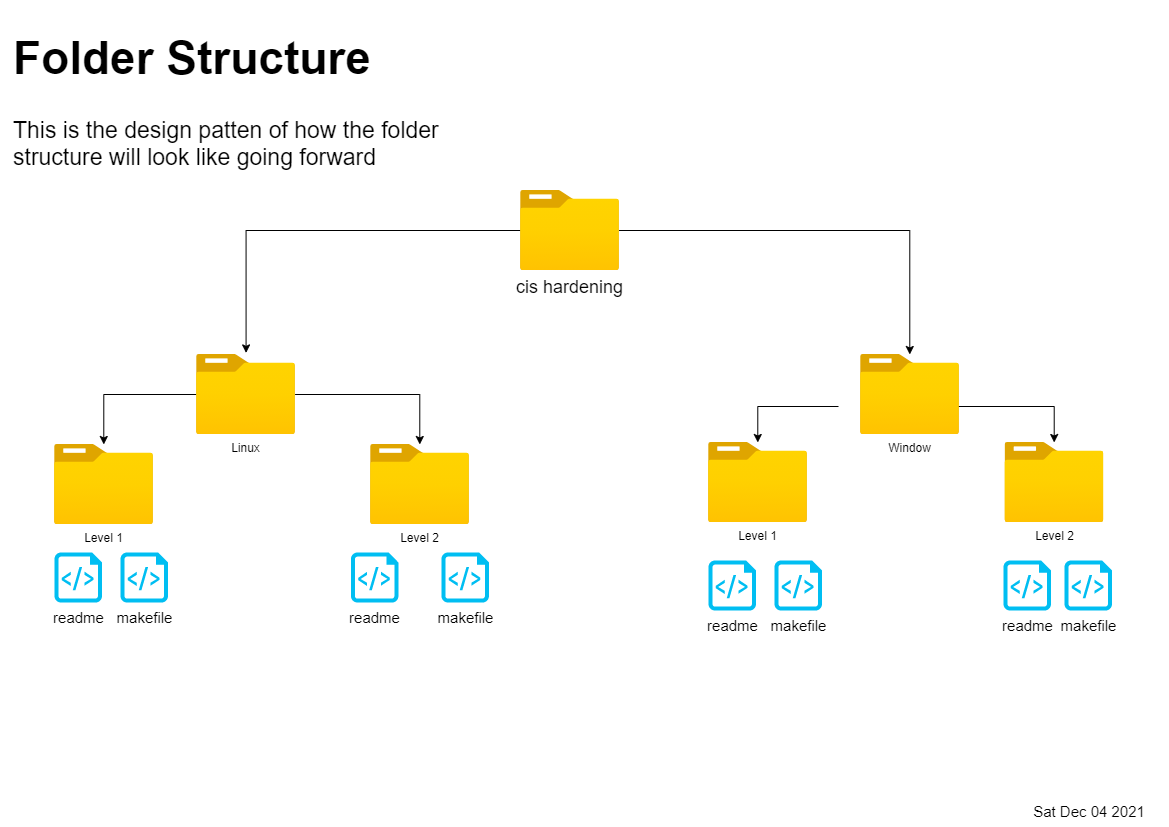
The draw.io diagram cis hardening/.assets/Folder Structure.drawio.png in djdta/Service-Registry, before a commit. Source tidied: cells renumbered, new cells last; positions are measured from the earlier drawing's top-left corner, leaving out a move shared by most shapes.
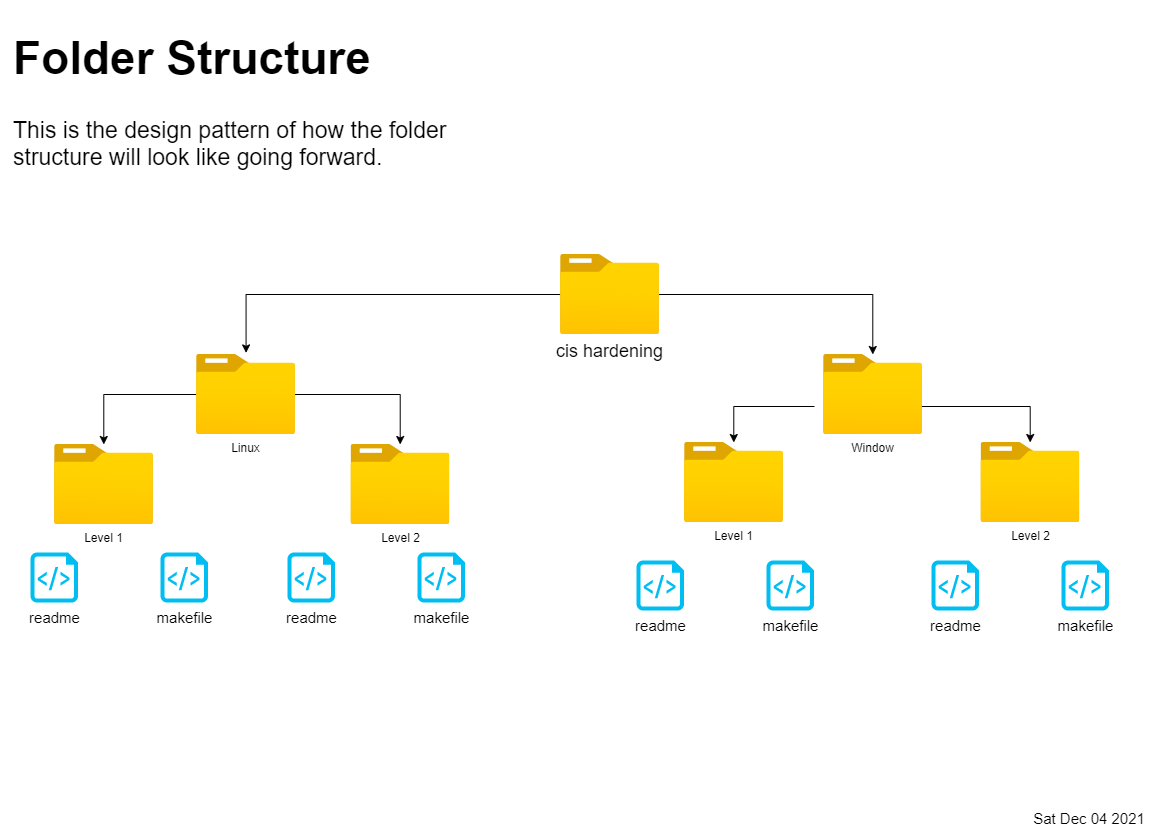
After the commit.

The edit, as a diff of the source:
```diff
@@ -2,8 +2,8 @@
   <root>
     <mxCell id="0" />
     <mxCell id="1" parent="0" />
-    <mxCell id="2" value="&lt;h1&gt;Folder Structure&lt;/h1&gt;&lt;p&gt;This is the design patten of how the folder structure will look like going forward&lt;/p&gt;" style="text;html=1;strokeColor=none;fillColor=none;spacing=5;spacingTop=-20;whiteSpace=wrap;overflow=hidden;rounded=0;fontSize=23;" parent="1" vertex="1">
-      <mxGeometry x="0.3" width="451.7" height="170" as="geometry" />
+    <mxCell id="2" value="&lt;h1&gt;Folder Structure&lt;/h1&gt;&lt;div&gt;This is the design pattern of how the folder structure will look like going forward.&lt;/div&gt;" style="text;html=1;strokeColor=none;fillColor=none;spacing=5;spacingTop=-20;whiteSpace=wrap;overflow=hidden;rounded=0;fontSize=23;" parent="1" vertex="1">
+      <mxGeometry x="0.3" width="450" height="220" as="geometry" />
     </mxCell>
     <mxCell id="3" style="edgeStyle=orthogonalEdgeStyle;rounded=0;jettySize=auto;html=1;entryX=0.503;entryY=-0.02;entryDx=0;entryDy=0;entryPerimeter=0;fontSize=23;" parent="1" edge="1" source="5" target="8">
       <mxGeometry relative="1" as="geometry" />
@@ -12,7 +12,7 @@
       <mxGeometry relative="1" as="geometry" />
     </mxCell>
     <mxCell id="5" value="&lt;font style=&quot;font-size: 18px&quot;&gt;cis hardening&lt;/font&gt;" style="html=1;points=[];align=center;image;fontSize=12;image=img/lib/azure2/general/Folder_Blank.svg;" parent="1" vertex="1">
-      <mxGeometry x="512" y="180" width="98.6" height="80" as="geometry" />
+      <mxGeometry x="552" y="244" width="98.6" height="80" as="geometry" />
     </mxCell>
     <mxCell id="6" style="edgeStyle=orthogonalEdgeStyle;rounded=0;jettySize=auto;html=1;fontSize=18;" parent="1" edge="1" source="8" target="9">
       <mxGeometry relative="1" as="geometry" />
@@ -27,54 +27,54 @@
       <mxGeometry x="46" y="434" width="98.6" height="80" as="geometry" />
     </mxCell>
     <mxCell id="10" value="Level 2" style="html=1;points=[];align=center;image;fontSize=12;image=img/lib/azure2/general/Folder_Blank.svg;strokeWidth=1;imageBorder=none;" parent="1" vertex="1">
-      <mxGeometry x="362" y="434" width="98.6" height="80" as="geometry" />
+      <mxGeometry x="342.4" y="434" width="98.6" height="80" as="geometry" />
     </mxCell>
     <mxCell id="11" style="edgeStyle=orthogonalEdgeStyle;rounded=0;jettySize=auto;html=1;fontSize=18;" parent="1" edge="1" target="14">
       <mxGeometry relative="1" as="geometry">
-        <mxPoint x="830" y="396" as="sourcePoint" />
+        <mxPoint x="806" y="396" as="sourcePoint" />
       </mxGeometry>
     </mxCell>
     <mxCell id="12" style="edgeStyle=orthogonalEdgeStyle;rounded=0;jettySize=auto;html=1;fontSize=18;" parent="1" edge="1" target="15">
       <mxGeometry relative="1" as="geometry">
-        <mxPoint x="928.6" y="396" as="sourcePoint" />
+        <mxPoint x="904.6" y="396" as="sourcePoint" />
       </mxGeometry>
     </mxCell>
     <mxCell id="13" value="Window" style="html=1;points=[];align=center;image;fontSize=12;image=img/lib/azure2/general/Folder_Blank.svg;strokeWidth=1;imageBorder=none;" parent="1" vertex="1">
-      <mxGeometry x="852" y="344" width="98.6" height="80" as="geometry" />
+      <mxGeometry x="815" y="344" width="98.6" height="80" as="geometry" />
     </mxCell>
     <mxCell id="14" value="Level 1" style="html=1;points=[];align=center;image;fontSize=12;image=img/lib/azure2/general/Folder_Blank.svg;strokeWidth=1;imageBorder=none;" parent="1" vertex="1">
-      <mxGeometry x="700" y="432" width="98.6" height="80" as="geometry" />
+      <mxGeometry x="676" y="432" width="98.6" height="80" as="geometry" />
     </mxCell>
     <mxCell id="15" value="Level 2" style="html=1;points=[];align=center;image;fontSize=12;image=img/lib/azure2/general/Folder_Blank.svg;strokeWidth=1;imageBorder=none;" parent="1" vertex="1">
-      <mxGeometry x="996.4" y="432" width="98.6" height="80" as="geometry" />
+      <mxGeometry x="972.4" y="432" width="98.6" height="80" as="geometry" />
     </mxCell>
     <mxCell id="16" value="readme" style="verticalLabelPosition=bottom;html=1;verticalAlign=top;align=center;strokeColor=none;fillColor=#00BEF2;shape=mxgraph.azure.script_file;labelBackgroundColor=default;labelBorderColor=none;fontSize=15;fontColor=default;" parent="1" vertex="1">
-      <mxGeometry x="700" y="550" width="47.5" height="50" as="geometry" />
+      <mxGeometry x="628" y="550" width="47.5" height="50" as="geometry" />
     </mxCell>
     <mxCell id="17" value="makefile" style="verticalLabelPosition=bottom;html=1;verticalAlign=top;align=center;strokeColor=none;fillColor=#00BEF2;shape=mxgraph.azure.script_file;labelBackgroundColor=default;labelBorderColor=none;fontSize=15;fontColor=default;" parent="1" vertex="1">
-      <mxGeometry x="766" y="550" width="47.5" height="50" as="geometry" />
+      <mxGeometry x="758" y="550" width="47.5" height="50" as="geometry" />
     </mxCell>
     <mxCell id="18" value="readme" style="verticalLabelPosition=bottom;html=1;verticalAlign=top;align=center;strokeColor=none;fillColor=#00BEF2;shape=mxgraph.azure.script_file;labelBackgroundColor=default;labelBorderColor=none;fontSize=15;fontColor=default;" parent="1" vertex="1">
-      <mxGeometry x="995" y="550" width="47.5" height="50" as="geometry" />
+      <mxGeometry x="923" y="550" width="47.5" height="50" as="geometry" />
     </mxCell>
     <mxCell id="19" value="makefile" style="verticalLabelPosition=bottom;html=1;verticalAlign=top;align=center;strokeColor=none;fillColor=#00BEF2;shape=mxgraph.azure.script_file;labelBackgroundColor=default;labelBorderColor=none;fontSize=15;fontColor=default;" parent="1" vertex="1">
-      <mxGeometry x="1056" y="550" width="47.5" height="50" as="geometry" />
+      <mxGeometry x="1053" y="550" width="47.5" height="50" as="geometry" />
     </mxCell>
     <mxCell id="20" value="readme" style="verticalLabelPosition=bottom;html=1;verticalAlign=top;align=center;strokeColor=none;fillColor=#00BEF2;shape=mxgraph.azure.script_file;labelBackgroundColor=default;labelBorderColor=none;fontSize=15;fontColor=default;" parent="1" vertex="1">
-      <mxGeometry x="46" y="542" width="47.5" height="50" as="geometry" />
+      <mxGeometry x="22" y="542" width="47.5" height="50" as="geometry" />
     </mxCell>
     <mxCell id="21" value="makefile" style="verticalLabelPosition=bottom;html=1;verticalAlign=top;align=center;strokeColor=none;fillColor=#00BEF2;shape=mxgraph.azure.script_file;labelBackgroundColor=default;labelBorderColor=none;fontSize=15;fontColor=default;" parent="1" vertex="1">
-      <mxGeometry x="112" y="542" width="47.5" height="50" as="geometry" />
+      <mxGeometry x="152" y="542" width="47.5" height="50" as="geometry" />
     </mxCell>
     <mxCell id="22" value="readme" style="verticalLabelPosition=bottom;html=1;verticalAlign=top;align=center;strokeColor=none;fillColor=#00BEF2;shape=mxgraph.azure.script_file;labelBackgroundColor=default;labelBorderColor=none;fontSize=15;fontColor=default;" parent="1" vertex="1">
-      <mxGeometry x="342.4" y="542" width="47.5" height="50" as="geometry" />
+      <mxGeometry x="279" y="542" width="47.5" height="50" as="geometry" />
     </mxCell>
     <mxCell id="23" value="makefile" style="verticalLabelPosition=bottom;html=1;verticalAlign=top;align=center;strokeColor=none;fillColor=#00BEF2;shape=mxgraph.azure.script_file;labelBackgroundColor=default;labelBorderColor=none;fontSize=15;fontColor=default;" parent="1" vertex="1">
-      <mxGeometry x="433" y="542" width="47.5" height="50" as="geometry" />
+      <mxGeometry x="409" y="542" width="47.5" height="50" as="geometry" />
     </mxCell>
     <object id="24" label="%date{ddd mmm dd yyyy HH:MM:ss}%" placeholders="1">
       <mxCell style="text;html=1;strokeColor=none;fillColor=none;align=center;verticalAlign=middle;whiteSpace=wrap;overflow=hidden;labelBackgroundColor=default;labelBorderColor=none;fontSize=15;fontColor=default;" parent="1" vertex="1">
-        <mxGeometry x="1001" y="790" width="160" height="20" as="geometry" />
+        <mxGeometry x="1001" y="797" width="160" height="20" as="geometry" />
       </mxCell>
     </object>
   </root>
```
